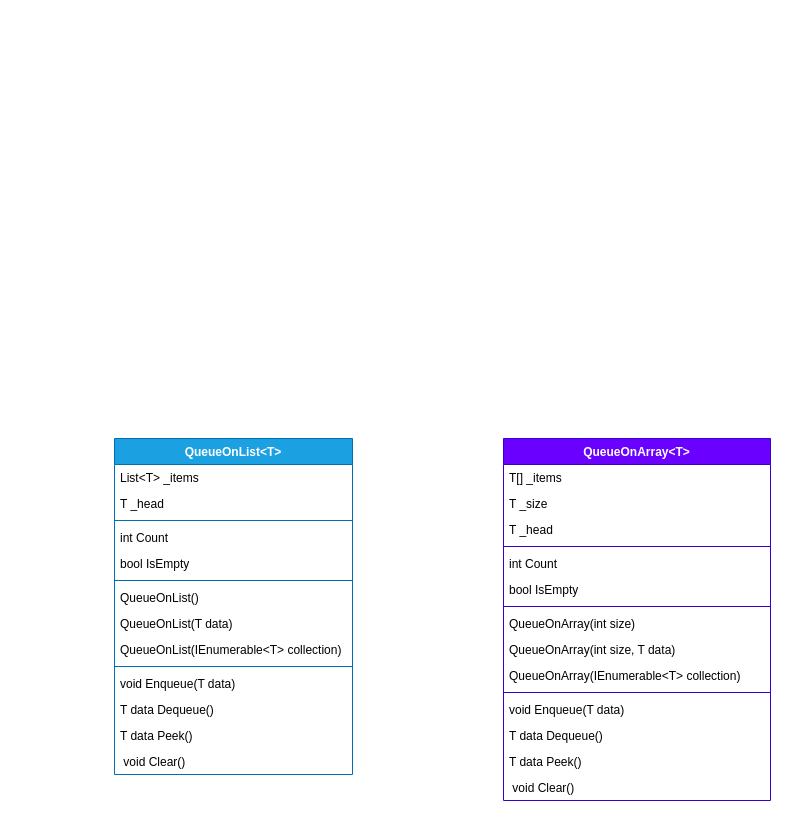
Above: Diagrams/Queue.drawio in SchwarzeFlederMaus/AlgorithmsDataStructures (draw.io), before the change. Source tidied: cells renumbered, new cells numbered last; positions are measured from the earlier drawing's top-left corner, leaving out a move shared by most shapes. Both pictures are drawn from the tidied source at 100%, with x=0, y=0 at pixel (114, 438).
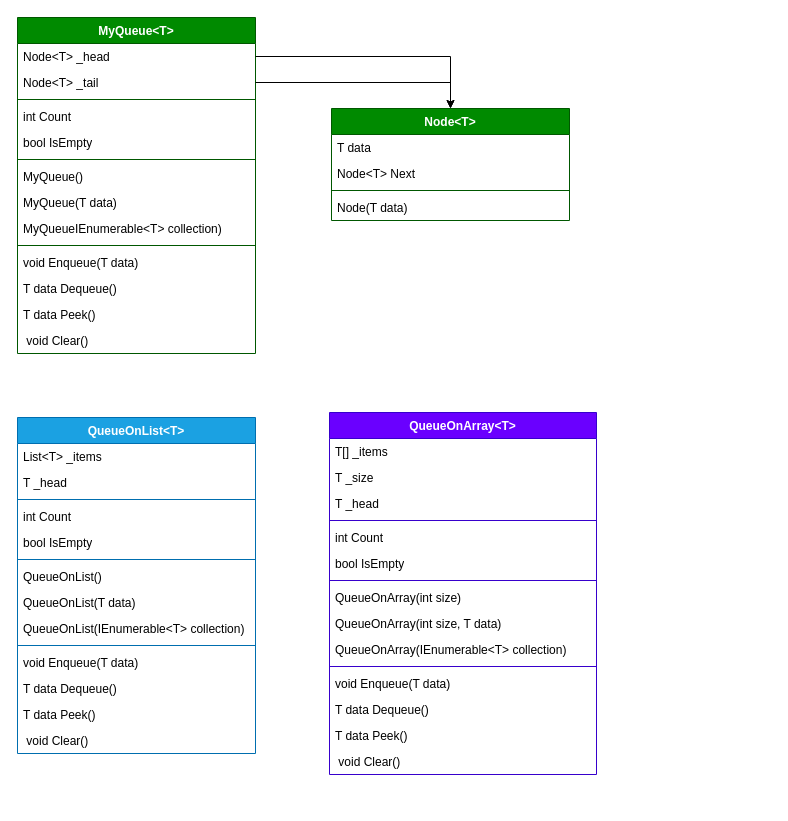
The same page after the edit.

The edit, as a diff of the source:
```diff
@@
     <mxCell id="2" value="QueueOnList&amp;lt;T&amp;gt;" style="swimlane;fontStyle=1;align=center;verticalAlign=top;horizontal=1;startSize=26;whiteSpace=wrap;html=1;fillColor=#1ba1e2;fontColor=#ffffff;strokeColor=#006EAF;" parent="1" vertex="1">
-      <mxGeometry width="238" height="336" as="geometry" />
+      <mxGeometry x="-97" y="-21" width="238" height="336" as="geometry" />
     </mxCell>
@@
     <mxCell id="17" value="QueueOnArray&amp;lt;T&amp;gt;" style="swimlane;fontStyle=1;align=center;verticalAlign=top;horizontal=1;startSize=26;whiteSpace=wrap;html=1;fillColor=#6a00ff;fontColor=#ffffff;strokeColor=#3700CC;" parent="1" vertex="1">
-      <mxGeometry x="389" width="267" height="362" as="geometry" />
+      <mxGeometry x="215" y="-26" width="267" height="362" as="geometry" />
     </mxCell>
@@
+    <mxCell id="33" value="MyQueue&amp;lt;T&amp;gt;" style="swimlane;fontStyle=1;align=center;verticalAlign=top;horizontal=1;startSize=26;whiteSpace=wrap;html=1;fillColor=#008a00;fontColor=#ffffff;strokeColor=#005700;" parent="1" vertex="1">
+      <mxGeometry x="-97" y="-421" width="238" height="336" as="geometry" />
+    </mxCell>
+    <mxCell id="34" value="Node&amp;lt;T&amp;gt; _head" style="text;strokeColor=none;fillColor=none;align=left;verticalAlign=top;spacingLeft=4;spacingRight=4;overflow=hidden;points=[[0,0.5],[1,0.5]];portConstraint=eastwest;whiteSpace=wrap;html=1;" parent="33" vertex="1">
+      <mxGeometry y="26" width="238" height="26" as="geometry" />
+    </mxCell>
+    <mxCell id="35" value="Node&amp;lt;T&amp;gt; _tail" style="text;strokeColor=none;fillColor=none;align=left;verticalAlign=top;spacingLeft=4;spacingRight=4;overflow=hidden;points=[[0,0.5],[1,0.5]];portConstraint=eastwest;whiteSpace=wrap;html=1;" parent="33" vertex="1">
+      <mxGeometry y="52" width="238" height="26" as="geometry" />
+    </mxCell>
+    <mxCell id="36" style="line;strokeWidth=1;fillColor=none;align=left;verticalAlign=middle;spacingTop=-1;spacingLeft=3;spacingRight=3;labelPosition=right;strokeColor=inherit;" parent="33" vertex="1">
+      <mxGeometry y="78" width="238" height="8" as="geometry" />
+    </mxCell>
+    <mxCell id="37" value="int Count" style="text;strokeColor=none;fillColor=none;align=left;verticalAlign=top;spacingLeft=4;spacingRight=4;overflow=hidden;whiteSpace=wrap;html=1;" parent="33" vertex="1">
+      <mxGeometry y="86" width="238" height="26" as="geometry" />
+    </mxCell>
+    <mxCell id="38" value="bool IsEmpty" style="text;strokeColor=none;fillColor=none;align=left;verticalAlign=top;spacingLeft=4;spacingRight=4;overflow=hidden;whiteSpace=wrap;html=1;" parent="33" vertex="1">
+      <mxGeometry y="112" width="238" height="26" as="geometry" />
+    </mxCell>
+    <mxCell id="39" style="line;strokeWidth=1;fillColor=none;align=left;verticalAlign=middle;spacingTop=-1;spacingLeft=3;spacingRight=3;labelPosition=right;strokeColor=inherit;" parent="33" vertex="1">
+      <mxGeometry y="138" width="238" height="8" as="geometry" />
+    </mxCell>
+    <mxCell id="40" value="MyQueue()&lt;div&gt;&lt;br&gt;&lt;/div&gt;" style="text;strokeColor=none;fillColor=none;align=left;verticalAlign=top;spacingLeft=4;spacingRight=4;overflow=hidden;whiteSpace=wrap;html=1;" parent="33" vertex="1">
+      <mxGeometry y="146" width="238" height="26" as="geometry" />
+    </mxCell>
+    <mxCell id="41" value="MyQueue(T data)" style="text;strokeColor=none;fillColor=none;align=left;verticalAlign=top;spacingLeft=4;spacingRight=4;overflow=hidden;whiteSpace=wrap;html=1;" parent="33" vertex="1">
+      <mxGeometry y="172" width="238" height="26" as="geometry" />
+    </mxCell>
+    <mxCell id="42" value="MyQueueIEnumerable&amp;lt;T&amp;gt; collection)" style="text;strokeColor=none;fillColor=none;align=left;verticalAlign=top;spacingLeft=4;spacingRight=4;overflow=hidden;whiteSpace=wrap;html=1;" parent="33" vertex="1">
+      <mxGeometry y="198" width="238" height="26" as="geometry" />
+    </mxCell>
+    <mxCell id="43" style="line;strokeWidth=1;fillColor=none;align=left;verticalAlign=middle;spacingTop=-1;spacingLeft=3;spacingRight=3;labelPosition=right;strokeColor=inherit;" parent="33" vertex="1">
+      <mxGeometry y="224" width="238" height="8" as="geometry" />
+    </mxCell>
+    <mxCell id="44" value="void Enqueue(T data&lt;span style=&quot;background-color: transparent; color: light-dark(rgb(0, 0, 0), rgb(255, 255, 255));&quot;&gt;)&lt;/span&gt;" style="text;strokeColor=none;fillColor=none;align=left;verticalAlign=top;spacingLeft=4;spacingRight=4;overflow=hidden;whiteSpace=wrap;html=1;" parent="33" vertex="1">
+      <mxGeometry y="232" width="238" height="26" as="geometry" />
+    </mxCell>
+    <mxCell id="45" value="T data Dequeue(&lt;span style=&quot;background-color: transparent; color: light-dark(rgb(0, 0, 0), rgb(255, 255, 255));&quot;&gt;)&lt;/span&gt;" style="text;strokeColor=none;fillColor=none;align=left;verticalAlign=top;spacingLeft=4;spacingRight=4;overflow=hidden;whiteSpace=wrap;html=1;" parent="33" vertex="1">
+      <mxGeometry y="258" width="238" height="26" as="geometry" />
+    </mxCell>
+    <mxCell id="46" value="T data Peek(&lt;span style=&quot;background-color: transparent; color: light-dark(rgb(0, 0, 0), rgb(255, 255, 255));&quot;&gt;)&lt;/span&gt;" style="text;strokeColor=none;fillColor=none;align=left;verticalAlign=top;spacingLeft=4;spacingRight=4;overflow=hidden;whiteSpace=wrap;html=1;" parent="33" vertex="1">
+      <mxGeometry y="284" width="238" height="26" as="geometry" />
+    </mxCell>
+    <mxCell id="47" value="&amp;nbsp;void Clear(&lt;span style=&quot;background-color: transparent; color: light-dark(rgb(0, 0, 0), rgb(255, 255, 255));&quot;&gt;)&lt;/span&gt;" style="text;strokeColor=none;fillColor=none;align=left;verticalAlign=top;spacingLeft=4;spacingRight=4;overflow=hidden;whiteSpace=wrap;html=1;" parent="33" vertex="1">
+      <mxGeometry y="310" width="238" height="26" as="geometry" />
+    </mxCell>
+    <mxCell id="48" value="Node&amp;lt;T&amp;gt;" style="swimlane;fontStyle=1;align=center;verticalAlign=top;horizontal=1;startSize=26;whiteSpace=wrap;html=1;fillColor=#008a00;fontColor=#ffffff;strokeColor=#005700;" parent="1" vertex="1">
+      <mxGeometry x="217" y="-330" width="238" height="112" as="geometry" />
+    </mxCell>
+    <mxCell id="49" value="T data" style="text;strokeColor=none;fillColor=none;align=left;verticalAlign=top;spacingLeft=4;spacingRight=4;overflow=hidden;whiteSpace=wrap;html=1;" parent="48" vertex="1">
+      <mxGeometry y="26" width="238" height="26" as="geometry" />
+    </mxCell>
+    <mxCell id="50" value="Node&amp;lt;T&amp;gt; Next" style="text;strokeColor=none;fillColor=none;align=left;verticalAlign=top;spacingLeft=4;spacingRight=4;overflow=hidden;whiteSpace=wrap;html=1;" parent="48" vertex="1">
+      <mxGeometry y="52" width="238" height="26" as="geometry" />
+    </mxCell>
+    <mxCell id="51" style="line;strokeWidth=1;fillColor=none;align=left;verticalAlign=middle;spacingTop=-1;spacingLeft=3;spacingRight=3;labelPosition=right;strokeColor=inherit;" parent="48" vertex="1">
+      <mxGeometry y="78" width="238" height="8" as="geometry" />
+    </mxCell>
+    <mxCell id="52" value="Node(T data)" style="text;strokeColor=none;fillColor=none;align=left;verticalAlign=top;spacingLeft=4;spacingRight=4;overflow=hidden;whiteSpace=wrap;html=1;" parent="48" vertex="1">
+      <mxGeometry y="86" width="238" height="26" as="geometry" />
+    </mxCell>
+    <mxCell id="53" style="edgeStyle=orthogonalEdgeStyle;rounded=0;jettySize=auto;html=1;exitX=1;exitY=0.5;exitDx=0;exitDy=0;entryX=0.5;entryY=0;entryDx=0;entryDy=0;" parent="1" edge="1" source="34" target="48">
+      <mxGeometry relative="1" as="geometry" />
+    </mxCell>
+    <mxCell id="54" style="edgeStyle=orthogonalEdgeStyle;rounded=0;jettySize=auto;html=1;exitX=1;exitY=0.5;exitDx=0;exitDy=0;" parent="1" edge="1" source="35" target="48">
+      <mxGeometry relative="1" as="geometry" />
+    </mxCell>
```
